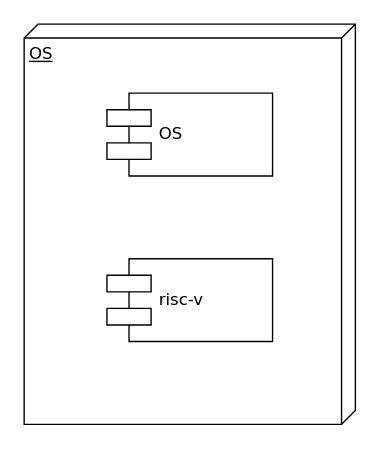
Earlier version of the draw.io diagram Untitled Diagram.drawio (buhe/present). Source tidied: cells renumbered, new cells numbered last; positions are measured from the earlier drawing's top-left corner, leaving out a move shared by most shapes. Both pictures are drawn from the tidied source at 138%, with x=0, y=0 at pixel (23, 23).
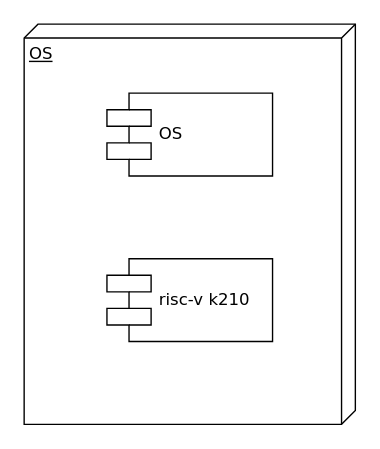
The same diagram, later.

Change to the diagram source:
```diff
@@
 <mxGraphModel>
   <root>
     <mxCell id="0" />
     <mxCell id="1" parent="0" />
     <mxCell id="2" value="OS" style="verticalAlign=top;align=left;spacingTop=8;spacingLeft=2;spacingRight=12;shape=cube;size=10;direction=south;fontStyle=4;html=1;rounded=0;shadow=0;comic=0;labelBackgroundColor=none;strokeWidth=1;fontFamily=Verdana;fontSize=12;" parent="1" vertex="1">
       <mxGeometry width="240" height="290" as="geometry" />
     </mxCell>
     <mxCell id="3" value="&lt;div&gt;&lt;span&gt;OS&lt;/span&gt;&lt;/div&gt;" style="shape=component;align=left;spacingLeft=36;rounded=0;shadow=0;comic=0;labelBackgroundColor=none;strokeWidth=1;fontFamily=Verdana;fontSize=12;html=1;" parent="1" vertex="1">
       <mxGeometry x="60" y="50" width="120" height="60" as="geometry" />
     </mxCell>
-    <mxCell id="4" value="risc-v" style="shape=component;align=left;spacingLeft=36;rounded=0;shadow=0;comic=0;labelBackgroundColor=none;strokeWidth=1;fontFamily=Verdana;fontSize=12;html=1;" parent="1" vertex="1">
+    <mxCell id="4" value="risc-v k210" style="shape=component;align=left;spacingLeft=36;rounded=0;shadow=0;comic=0;labelBackgroundColor=none;strokeWidth=1;fontFamily=Verdana;fontSize=12;html=1;" parent="1" vertex="1">
       <mxGeometry x="60" y="170" width="120" height="60" as="geometry" />
     </mxCell>
   </root>
 </mxGraphModel>
```
